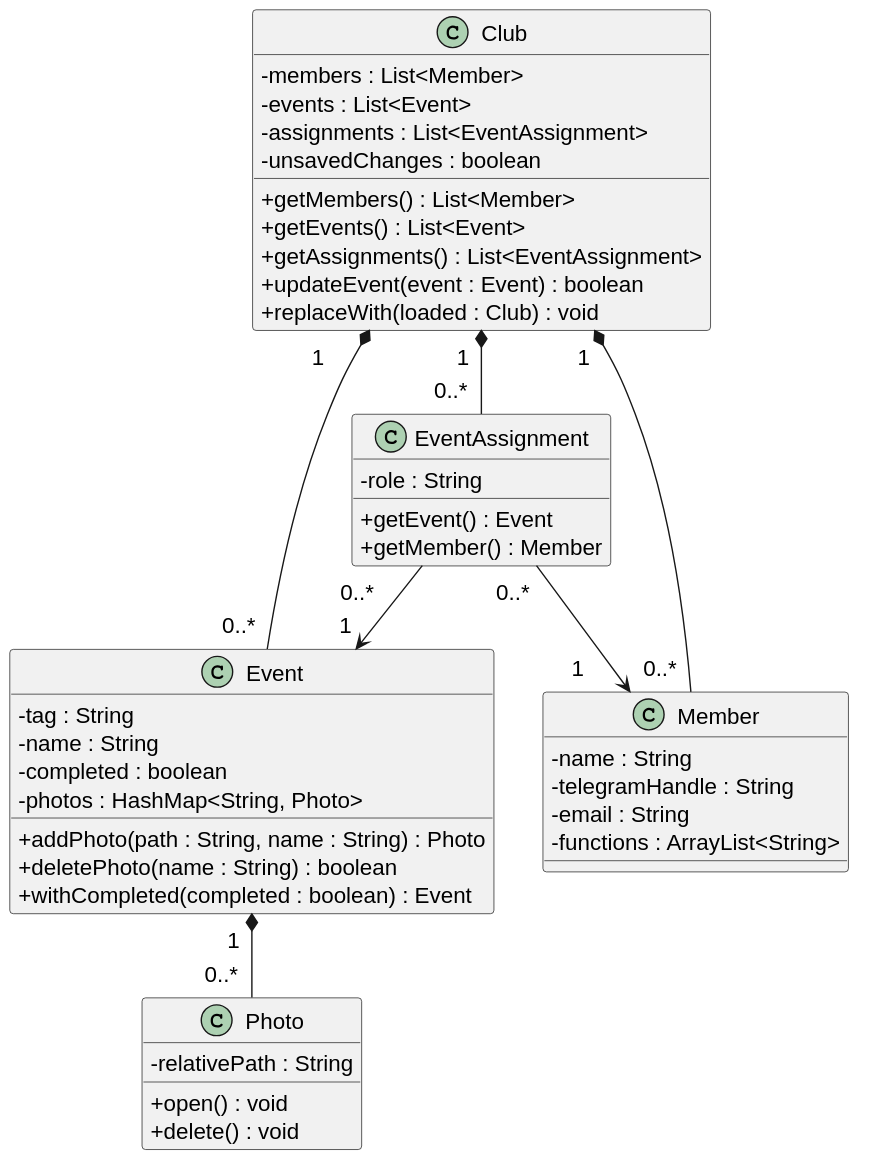
The PlantUML diagram docs/diagrams/architecture/ModelClassDiagram.svg in 77chenchen/tp, before a commit.
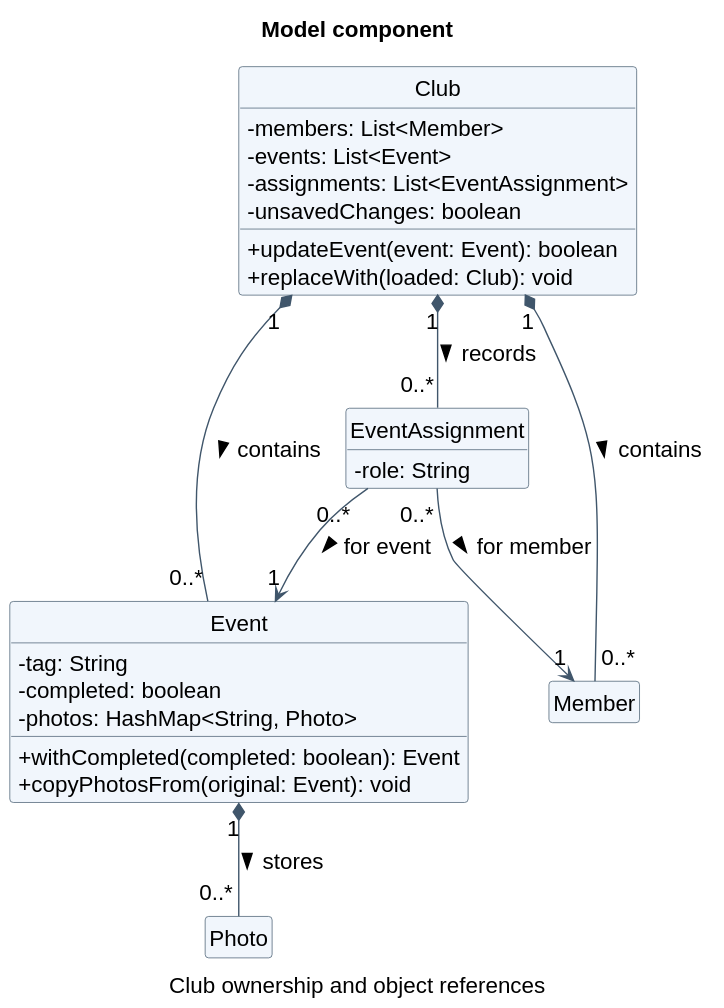
Later version of the same file.

The edit, as a diff of the source:
```diff
@@ -1,54 +1,40 @@
 @startuml
 !include ../shared/UmlStyle.iuml
+title Model component
+caption Club ownership and object references
+skinparam shadowing false
 skinparam classAttributeIconSize 0
+skinparam ArrowColor #40566B
+skinparam classBackgroundColor #F1F6FC
+skinparam classBorderColor #40566B
+hide circle
+hide empty members
 
 class Club {
-    - members : List<Member>
-    - events : List<Event>
-    - assignments : List<EventAssignment>
-    - unsavedChanges : boolean
-    + getMembers() : List<Member>
-    + getEvents() : List<Event>
-    + getAssignments() : List<EventAssignment>
-    + updateEvent(event : Event) : boolean
-    + replaceWith(loaded : Club) : void
+  -members: List<Member>
+  -events: List<Event>
+  -assignments: List<EventAssignment>
+  -unsavedChanges: boolean
+  +updateEvent(event: Event): boolean
+  +replaceWith(loaded: Club): void
 }
+class Event {
+  -tag: String
+  -completed: boolean
+  -photos: HashMap<String, Photo>
+  +withCompleted(completed: boolean): Event
+  +copyPhotosFrom(original: Event): void
+}
+class Member
+class EventAssignment {
+  -role: String
+}
+class Photo
 
-class Event {
-    - tag : String
-    - name : String
-    - completed : boolean
-    - photos : HashMap<String, Photo>
-    + addPhoto(path : String, name : String) : Photo
-    + deletePhoto(name : String) : boolean
-    + withCompleted(completed : boolean) : Event
-}
-
-class Member {
-    - name : String
-    - telegramHandle : String
-    - email : String
-    - functions : ArrayList<String>
-}
-
-class EventAssignment {
-    - role : String
-    + getEvent() : Event
-    + getMember() : Member
-}
-
-class Photo {
-    - relativePath : String
-    + open() : void
-    + delete() : void
-}
-
-Club "1      " *-- "0..*  " Event
-Club "1  " *-- "0..*  " Member
-Club "1  " *-- "0..*  " EventAssignment
-
-EventAssignment "0..*      " --> "1  " Event
-EventAssignment "0..*  " --> "1      " Member
-
-Event "1  " *-- "0..*  " Photo
+Club "1" *-- "0..*" Event : contains >
+Club "1" *-- "0..*" Member : contains >
+Club "1" *-- "0..*" EventAssignment : records >
+EventAssignment "0..*" --> "1" Event : for event >
+EventAssignment "0..*" --> "1" Member : for member >
+Event "1" *-- "0..*" Photo : stores >
 @enduml
```
